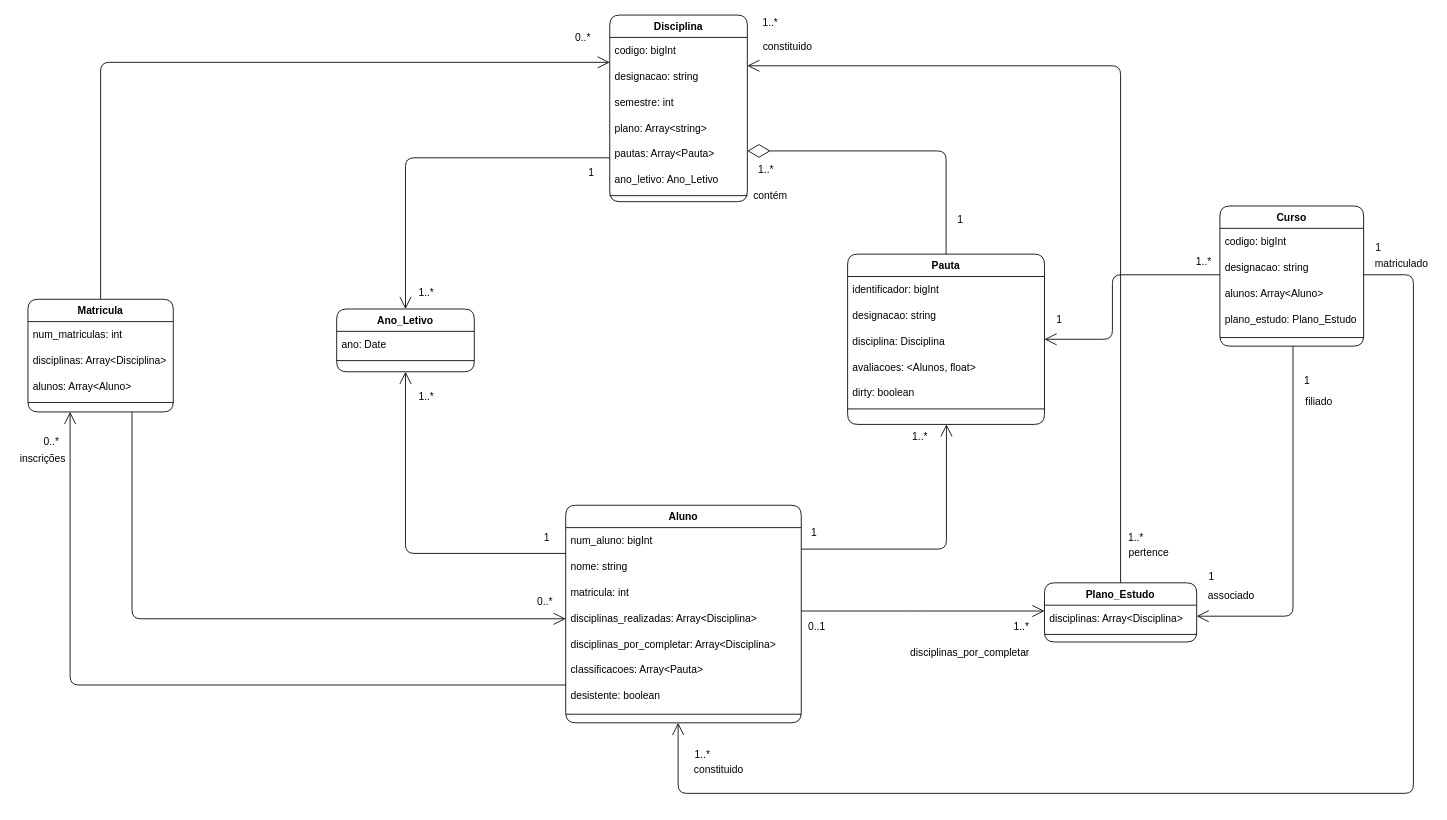
Before: page "Domain" (1 of 2) of Docs/Diagrams.drawio in ruimpcastro/pweb2022, a draw.io diagram. Source tidied: cells renumbered, new cells numbered last; positions are measured from the earlier drawing's top-left corner, leaving out a move shared by most shapes. Both pictures are drawn from the tidied source at 86%, with x=0, y=0 at pixel (15, 15).
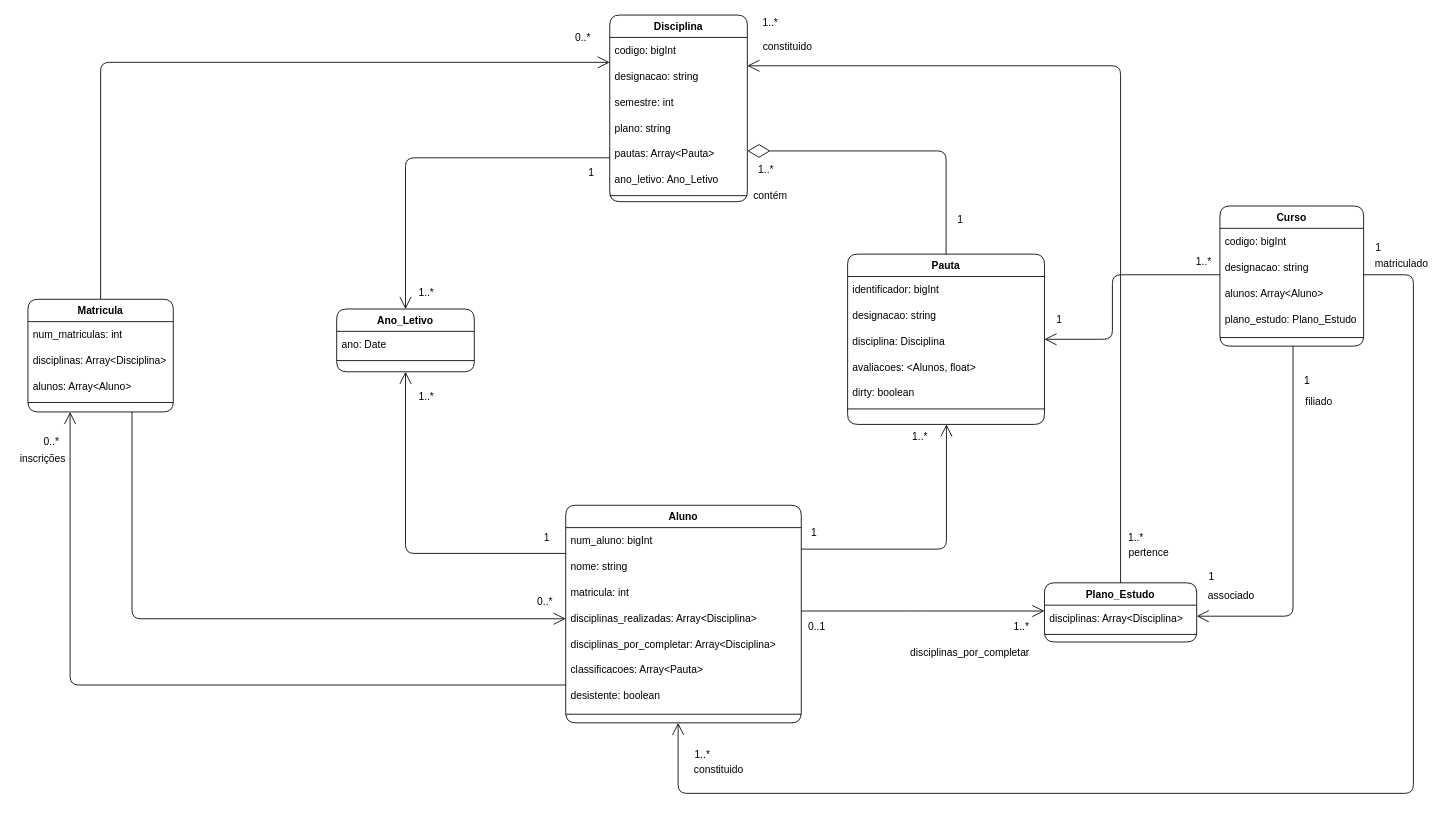
The same diagram, later.

Unchanged cells that the change refers to:
```xml
<mxCell id="11" value="Disciplina" style="swimlane;fontStyle=1;align=center;verticalAlign=top;horizontal=1;startSize=26;shadow=0;strokeWidth=1;rounded=1;" parent="1" vertex="1">
  <mxGeometry x="691.5" width="160" height="217" as="geometry" />
</mxCell>
```

What changed in the source:
```diff
@@
-    <mxCell id="15" value="plano: Array&lt;string&gt;" style="text;strokeColor=none;fillColor=none;align=left;verticalAlign=middle;spacingLeft=4;spacingRight=4;overflow=hidden;rounded=1;" parent="11" vertex="1">
+    <mxCell id="15" value="plano: string" style="text;strokeColor=none;fillColor=none;align=left;verticalAlign=middle;spacingLeft=4;spacingRight=4;overflow=hidden;rounded=1;" parent="11" vertex="1">
       <mxGeometry y="116" width="160" height="30" as="geometry" />
     </mxCell>
```
